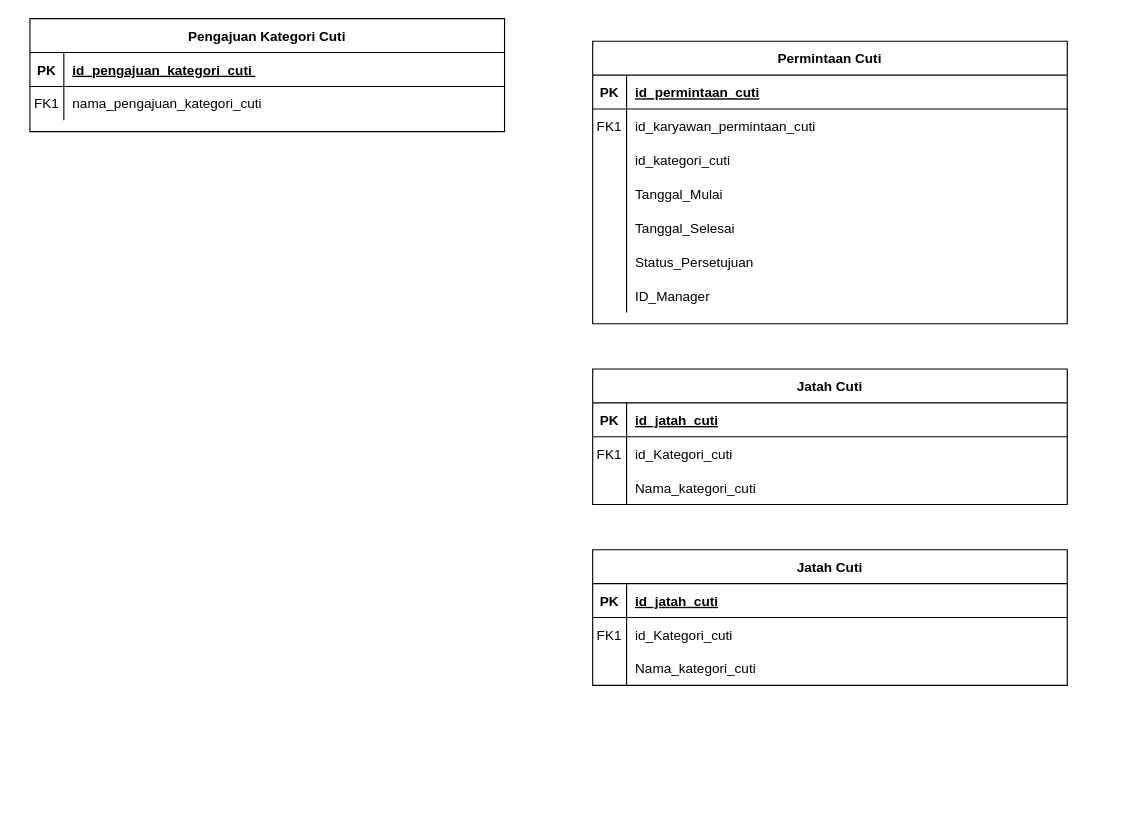
The draw.io diagram page "ijanujanjajan" (2 of 7) of ERD.drawio in santanamnaa/drawio, before the edit. Source tidied: cells renumbered, new cells numbered last; positions are measured from the earlier drawing's top-left corner, leaving out a move shared by most shapes. Both pictures are drawn from the tidied source at 113%, with x=0, y=0 at pixel (29, 18).
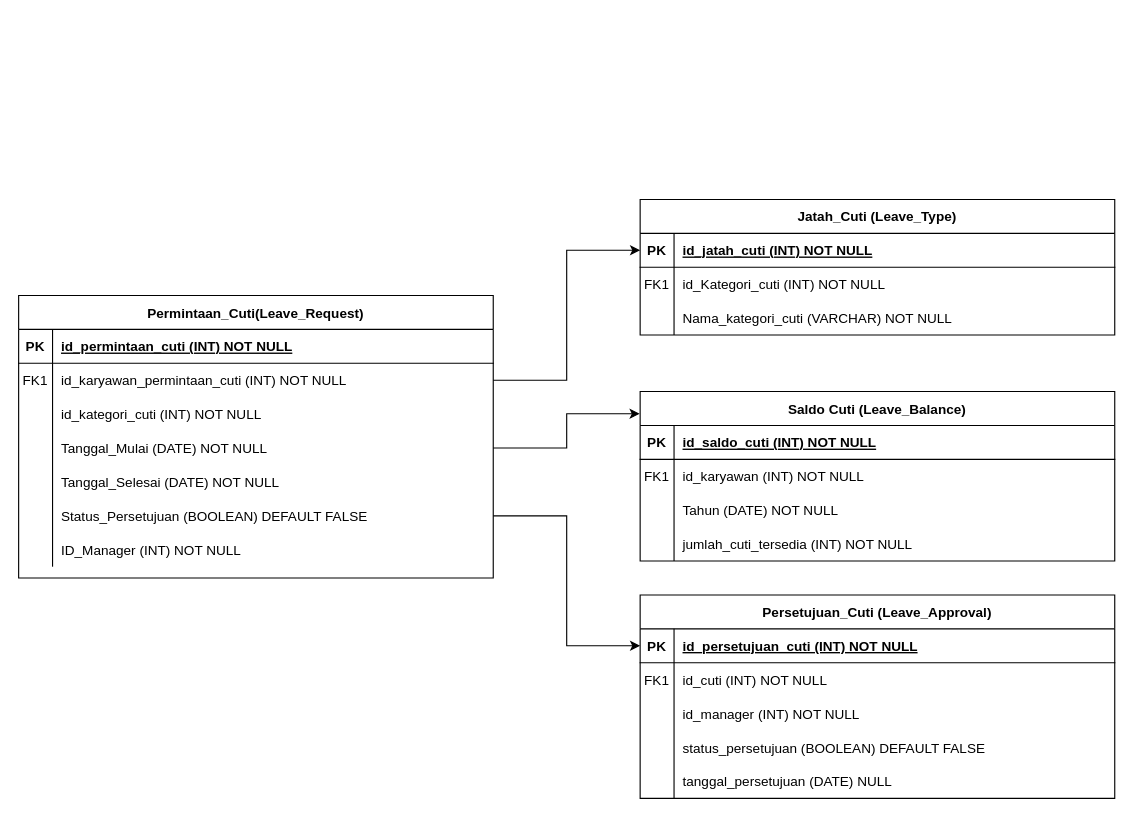
Above is the later version.

Unchanged cells that the change refers to:
```xml
<mxCell id="10" style="shape=partialRectangle;fillColor=none;top=0;left=0;right=0;bottom=1;" parent="9" vertex="1">
  <mxGeometry y="30" width="420" height="30" as="geometry" />
</mxCell>
<mxCell id="13" style="shape=partialRectangle;fillColor=none;points=[[0,0.5],[1,0.5]];portConstraint=eastwest;top=0;left=0;right=0;bottom=0;" parent="9" vertex="1">
  <mxGeometry y="60" width="420" height="30" as="geometry" />
</mxCell>
<mxCell id="16" style="shape=partialRectangle;fillColor=none;top=0;left=0;right=0;bottom=0;" parent="9" vertex="1">
  <mxGeometry y="90" width="420" height="30" as="geometry" />
</mxCell>
<mxCell id="19" style="shape=partialRectangle;fillColor=none;points=[[0,0.5],[1,0.5]];portConstraint=eastwest;top=0;left=0;right=0;bottom=0;" parent="9" vertex="1">
  <mxGeometry y="120" width="420" height="30" as="geometry" />
</mxCell>
<mxCell id="22" style="shape=partialRectangle;fillColor=none;top=0;left=0;right=0;bottom=0;" parent="9" vertex="1">
  <mxGeometry y="150" width="420" height="30" as="geometry" />
</mxCell>
<mxCell id="25" style="shape=partialRectangle;fillColor=none;points=[[0,0.5],[1,0.5]];portConstraint=eastwest;top=0;left=0;right=0;bottom=0;" parent="9" vertex="1">
  <mxGeometry y="180" width="420" height="30" as="geometry" />
</mxCell>
<mxCell id="28" style="shape=partialRectangle;fillColor=none;top=0;left=0;right=0;bottom=0;" parent="9" vertex="1">
  <mxGeometry y="210" width="420" height="30" as="geometry" />
</mxCell>
<mxCell id="32" style="shape=partialRectangle;fillColor=none;points=[[0,0.5],[1,0.5]];portConstraint=eastwest;top=0;left=0;right=0;bottom=1;" parent="31" vertex="1">
  <mxGeometry y="30" width="420" height="30" as="geometry" />
</mxCell>
<mxCell id="35" style="shape=partialRectangle;fillColor=none;top=0;left=0;right=0;bottom=0;" parent="31" vertex="1">
  <mxGeometry y="60" width="420" height="30" as="geometry" />
</mxCell>
<mxCell id="38" style="shape=partialRectangle;fillColor=none;top=0;left=0;right=0;bottom=0;" parent="31" vertex="1">
  <mxGeometry y="90" width="420" height="30" as="geometry" />
</mxCell>
<mxCell id="42" style="shape=partialRectangle;fillColor=none;top=0;left=0;right=0;bottom=1;" parent="41" vertex="1">
  <mxGeometry y="30" width="420" height="30" as="geometry" />
</mxCell>
<mxCell id="45" style="shape=partialRectangle;fillColor=none;top=0;left=0;right=0;bottom=0;" parent="41" vertex="1">
  <mxGeometry y="60" width="420" height="30" as="geometry" />
</mxCell>
<mxCell id="48" style="shape=partialRectangle;fillColor=none;top=0;left=0;right=0;bottom=0;" parent="41" vertex="1">
  <mxGeometry y="90" width="420" height="30" as="geometry" />
</mxCell>
```

Diff of the diagram source:
```diff
@@
-    <mxCell id="2" value="Pengajuan Kategori Cuti" style="shape=table;startSize=30;childLayout=tableLayout;rowLines=0;fontStyle=1;align=center;" parent="1" vertex="1">
-      <mxGeometry width="420" height="100" as="geometry" />
-    </mxCell>
-    <mxCell id="3" style="shape=partialRectangle;fillColor=none;points=[[0,0.5],[1,0.5]];portConstraint=eastwest;top=0;left=0;right=0;bottom=1;" parent="2" vertex="1">
-      <mxGeometry y="30" width="420" height="30" as="geometry" />
-    </mxCell>
-    <mxCell id="4" value="PK" style="shape=partialRectangle;overflow=hidden;fillColor=none;top=0;left=0;bottom=0;right=0;fontStyle=1;" parent="3" vertex="1">
-      <mxGeometry width="30" height="30" as="geometry" />
-    </mxCell>
-    <mxCell id="5" value="id_pengajuan_kategori_cuti " style="shape=partialRectangle;overflow=hidden;fillColor=none;top=0;left=0;bottom=0;right=0;align=left;spacingLeft=6;fontStyle=5;" parent="3" vertex="1">
-      <mxGeometry x="30" width="390" height="30" as="geometry" />
-    </mxCell>
-    <mxCell id="6" style="shape=partialRectangle;fillColor=none;top=0;left=0;right=0;bottom=0;" parent="2" vertex="1">
-      <mxGeometry y="60" width="420" height="30" as="geometry" />
-    </mxCell>
-    <mxCell id="7" value="FK1" style="shape=partialRectangle;overflow=hidden;fillColor=none;top=0;left=0;bottom=0;right=0;" parent="6" vertex="1">
-      <mxGeometry width="30" height="30" as="geometry" />
-    </mxCell>
-    <mxCell id="8" value="nama_pengajuan_kategori_cuti" style="shape=partialRectangle;overflow=hidden;fillColor=none;top=0;left=0;bottom=0;right=0;align=left;spacingLeft=6;" parent="6" vertex="1">
-      <mxGeometry x="30" width="390" height="30" as="geometry" />
-    </mxCell>
-    <mxCell id="9" value="Permintaan Cuti" style="shape=table;startSize=30;childLayout=tableLayout;rowLines=0;fontStyle=1;align=center;" parent="1" vertex="1">
-      <mxGeometry x="498" y="20" width="420" height="250" as="geometry" />
+    <mxCell id="9" value="Permintaan_Cuti(Leave_Request)" style="shape=table;startSize=30;childLayout=tableLayout;rowLines=0;fontStyle=1;align=center;" parent="1" vertex="1">
+      <mxGeometry x="-10" y="245" width="420" height="250" as="geometry" />
     </mxCell>
@@
-    <mxCell id="12" value="id_permintaan_cuti" style="shape=partialRectangle;overflow=hidden;fillColor=none;top=0;left=0;bottom=0;right=0;align=left;spacingLeft=6;fontStyle=5;" parent="10" vertex="1">
+    <mxCell id="12" value="id_permintaan_cuti (INT) NOT NULL" style="shape=partialRectangle;overflow=hidden;fillColor=none;top=0;left=0;bottom=0;right=0;align=left;spacingLeft=6;fontStyle=5;" parent="10" vertex="1">
       <mxGeometry x="30" width="390" height="30" as="geometry" />
     </mxCell>
@@
-    <mxCell id="15" value="id_karyawan_permintaan_cuti" style="shape=partialRectangle;overflow=hidden;fillColor=none;top=0;left=0;bottom=0;right=0;align=left;spacingLeft=6;" parent="13" vertex="1">
+    <mxCell id="15" value="id_karyawan_permintaan_cuti (INT) NOT NULL" style="shape=partialRectangle;overflow=hidden;fillColor=none;top=0;left=0;bottom=0;right=0;align=left;spacingLeft=6;" parent="13" vertex="1">
       <mxGeometry x="30" width="390" height="30" as="geometry" />
     </mxCell>
@@
-    <mxCell id="18" value="id_kategori_cuti" style="shape=partialRectangle;overflow=hidden;fillColor=none;top=0;left=0;bottom=0;right=0;align=left;spacingLeft=6;" parent="16" vertex="1">
+    <mxCell id="18" value="id_kategori_cuti (INT) NOT NULL" style="shape=partialRectangle;overflow=hidden;fillColor=none;top=0;left=0;bottom=0;right=0;align=left;spacingLeft=6;" parent="16" vertex="1">
       <mxGeometry x="30" width="390" height="30" as="geometry" />
     </mxCell>
@@
-    <mxCell id="21" value="Tanggal_Mulai" style="shape=partialRectangle;overflow=hidden;fillColor=none;top=0;left=0;bottom=0;right=0;align=left;spacingLeft=6;" parent="19" vertex="1">
+    <mxCell id="21" value="Tanggal_Mulai (DATE) NOT NULL" style="shape=partialRectangle;overflow=hidden;fillColor=none;top=0;left=0;bottom=0;right=0;align=left;spacingLeft=6;" parent="19" vertex="1">
       <mxGeometry x="30" width="390" height="30" as="geometry" />
     </mxCell>
@@
-    <mxCell id="24" value="Tanggal_Selesai" style="shape=partialRectangle;overflow=hidden;fillColor=none;top=0;left=0;bottom=0;right=0;align=left;spacingLeft=6;" parent="22" vertex="1">
+    <mxCell id="24" value="Tanggal_Selesai (DATE) NOT NULL" style="shape=partialRectangle;overflow=hidden;fillColor=none;top=0;left=0;bottom=0;right=0;align=left;spacingLeft=6;" parent="22" vertex="1">
       <mxGeometry x="30" width="390" height="30" as="geometry" />
     </mxCell>
@@
-    <mxCell id="27" value="Status_Persetujuan" style="shape=partialRectangle;overflow=hidden;fillColor=none;top=0;left=0;bottom=0;right=0;align=left;spacingLeft=6;" parent="25" vertex="1">
+    <mxCell id="27" value="Status_Persetujuan (BOOLEAN) DEFAULT FALSE" style="shape=partialRectangle;overflow=hidden;fillColor=none;top=0;left=0;bottom=0;right=0;align=left;spacingLeft=6;" parent="25" vertex="1">
       <mxGeometry x="30" width="390" height="30" as="geometry" />
     </mxCell>
@@
-    <mxCell id="30" value="ID_Manager" style="shape=partialRectangle;overflow=hidden;fillColor=none;top=0;left=0;bottom=0;right=0;align=left;spacingLeft=6;" parent="28" vertex="1">
+    <mxCell id="30" value="ID_Manager (INT) NOT NULL" style="shape=partialRectangle;overflow=hidden;fillColor=none;top=0;left=0;bottom=0;right=0;align=left;spacingLeft=6;" parent="28" vertex="1">
       <mxGeometry x="30" width="390" height="30" as="geometry" />
     </mxCell>
-    <mxCell id="31" value="Jatah Cuti" style="shape=table;startSize=30;childLayout=tableLayout;rowLines=0;fontStyle=1;align=center;" parent="1" vertex="1">
-      <mxGeometry x="498" y="310" width="420" height="120" as="geometry" />
+    <mxCell id="31" value="Jatah_Cuti (Leave_Type)" style="shape=table;startSize=30;childLayout=tableLayout;rowLines=0;fontStyle=1;align=center;" parent="1" vertex="1">
+      <mxGeometry x="540" y="160" width="420" height="120" as="geometry" />
     </mxCell>
@@
-    <mxCell id="34" value="id_jatah_cuti" style="shape=partialRectangle;overflow=hidden;fillColor=none;top=0;left=0;bottom=0;right=0;align=left;spacingLeft=6;fontStyle=5;" parent="32" vertex="1">
+    <mxCell id="34" value="id_jatah_cuti (INT) NOT NULL" style="shape=partialRectangle;overflow=hidden;fillColor=none;top=0;left=0;bottom=0;right=0;align=left;spacingLeft=6;fontStyle=5;" parent="32" vertex="1">
       <mxGeometry x="30" width="390" height="30" as="geometry" />
     </mxCell>
@@
-    <mxCell id="37" value="id_Kategori_cuti" style="shape=partialRectangle;overflow=hidden;fillColor=none;top=0;left=0;bottom=0;right=0;align=left;spacingLeft=6;" parent="35" vertex="1">
+    <mxCell id="37" value="id_Kategori_cuti (INT) NOT NULL" style="shape=partialRectangle;overflow=hidden;fillColor=none;top=0;left=0;bottom=0;right=0;align=left;spacingLeft=6;" parent="35" vertex="1">
       <mxGeometry x="30" width="390" height="30" as="geometry" />
     </mxCell>
@@
-    <mxCell id="40" value="Nama_kategori_cuti" style="shape=partialRectangle;overflow=hidden;fillColor=none;top=0;left=0;bottom=0;right=0;align=left;spacingLeft=6;" parent="38" vertex="1">
+    <mxCell id="40" value="Nama_kategori_cuti (VARCHAR) NOT NULL" style="shape=partialRectangle;overflow=hidden;fillColor=none;top=0;left=0;bottom=0;right=0;align=left;spacingLeft=6;" parent="38" vertex="1">
       <mxGeometry x="30" width="390" height="30" as="geometry" />
     </mxCell>
-    <mxCell id="41" value="Jatah Cuti" style="shape=table;startSize=30;childLayout=tableLayout;rowLines=0;fontStyle=1;align=center;" parent="1" vertex="1">
-      <mxGeometry x="498" y="470" width="420" height="120" as="geometry" />
+    <mxCell id="41" value="Saldo Cuti (Leave_Balance)" style="shape=table;startSize=30;childLayout=tableLayout;rowLines=0;fontStyle=1;align=center;" parent="1" vertex="1">
+      <mxGeometry x="540" y="330" width="420" height="150" as="geometry" />
     </mxCell>
@@
-    <mxCell id="44" value="id_jatah_cuti" style="shape=partialRectangle;overflow=hidden;fillColor=none;top=0;left=0;bottom=0;right=0;align=left;spacingLeft=6;fontStyle=5;" parent="42" vertex="1">
+    <mxCell id="44" value="id_saldo_cuti (INT) NOT NULL" style="shape=partialRectangle;overflow=hidden;fillColor=none;top=0;left=0;bottom=0;right=0;align=left;spacingLeft=6;fontStyle=5;" parent="42" vertex="1">
       <mxGeometry x="30" width="390" height="30" as="geometry" />
     </mxCell>
@@
-    <mxCell id="47" value="id_Kategori_cuti" style="shape=partialRectangle;overflow=hidden;fillColor=none;top=0;left=0;bottom=0;right=0;align=left;spacingLeft=6;" parent="45" vertex="1">
+    <mxCell id="47" value="id_karyawan (INT) NOT NULL" style="shape=partialRectangle;overflow=hidden;fillColor=none;top=0;left=0;bottom=0;right=0;align=left;spacingLeft=6;" parent="45" vertex="1">
       <mxGeometry x="30" width="390" height="30" as="geometry" />
     </mxCell>
@@
-    <mxCell id="50" value="Nama_kategori_cuti" style="shape=partialRectangle;overflow=hidden;fillColor=none;top=0;left=0;bottom=0;right=0;align=left;spacingLeft=6;" parent="48" vertex="1">
+    <mxCell id="50" value="Tahun (DATE) NOT NULL" style="shape=partialRectangle;overflow=hidden;fillColor=none;top=0;left=0;bottom=0;right=0;align=left;spacingLeft=6;" parent="48" vertex="1">
       <mxGeometry x="30" width="390" height="30" as="geometry" />
     </mxCell>
+    <mxCell id="51" style="shape=partialRectangle;fillColor=none;top=0;left=0;right=0;bottom=0;" parent="41" vertex="1">
+      <mxGeometry y="120" width="420" height="30" as="geometry" />
+    </mxCell>
+    <mxCell id="52" style="shape=partialRectangle;overflow=hidden;fillColor=none;top=0;left=0;bottom=0;right=0;" parent="51" vertex="1">
+      <mxGeometry width="30" height="30" as="geometry" />
+    </mxCell>
+    <mxCell id="53" value="jumlah_cuti_tersedia (INT) NOT NULL" style="shape=partialRectangle;overflow=hidden;fillColor=none;top=0;left=0;bottom=0;right=0;align=left;spacingLeft=6;" parent="51" vertex="1">
+      <mxGeometry x="30" width="390" height="30" as="geometry" />
+    </mxCell>
+    <mxCell id="54" value="Persetujuan_Cuti (Leave_Approval)" style="shape=table;startSize=30;childLayout=tableLayout;rowLines=0;fontStyle=1;align=center;" parent="1" vertex="1">
+      <mxGeometry x="540" y="510" width="420" height="180" as="geometry" />
+    </mxCell>
+    <mxCell id="3" style="shape=partialRectangle;fillColor=none;points=[[0,0.5],[1,0.5]];portConstraint=eastwest;top=0;left=0;right=0;bottom=1;" parent="54" vertex="1">
+      <mxGeometry y="30" width="420" height="30" as="geometry" />
+    </mxCell>
+    <mxCell id="4" value="PK" style="shape=partialRectangle;overflow=hidden;fillColor=none;top=0;left=0;bottom=0;right=0;fontStyle=1;" parent="3" vertex="1">
+      <mxGeometry width="30" height="30" as="geometry" />
+    </mxCell>
+    <mxCell id="55" value="id_persetujuan_cuti (INT) NOT NULL" style="shape=partialRectangle;overflow=hidden;fillColor=none;top=0;left=0;bottom=0;right=0;align=left;spacingLeft=6;fontStyle=5;" parent="3" vertex="1">
+      <mxGeometry x="30" width="390" height="30" as="geometry" />
+    </mxCell>
+    <mxCell id="6" style="shape=partialRectangle;fillColor=none;top=0;left=0;right=0;bottom=0;" parent="54" vertex="1">
+      <mxGeometry y="60" width="420" height="30" as="geometry" />
+    </mxCell>
+    <mxCell id="7" value="FK1" style="shape=partialRectangle;overflow=hidden;fillColor=none;top=0;left=0;bottom=0;right=0;" parent="6" vertex="1">
+      <mxGeometry width="30" height="30" as="geometry" />
+    </mxCell>
+    <mxCell id="56" value="id_cuti (INT) NOT NULL" style="shape=partialRectangle;overflow=hidden;fillColor=none;top=0;left=0;bottom=0;right=0;align=left;spacingLeft=6;" parent="6" vertex="1">
+      <mxGeometry x="30" width="390" height="30" as="geometry" />
+    </mxCell>
+    <mxCell id="57" style="shape=partialRectangle;fillColor=none;top=0;left=0;right=0;bottom=0;" parent="54" vertex="1">
+      <mxGeometry y="90" width="420" height="30" as="geometry" />
+    </mxCell>
+    <mxCell id="58" style="shape=partialRectangle;overflow=hidden;fillColor=none;top=0;left=0;bottom=0;right=0;" parent="57" vertex="1">
+      <mxGeometry width="30" height="30" as="geometry" />
+    </mxCell>
+    <mxCell id="59" value="id_manager (INT) NOT NULL" style="shape=partialRectangle;overflow=hidden;fillColor=none;top=0;left=0;bottom=0;right=0;align=left;spacingLeft=6;" parent="57" vertex="1">
+      <mxGeometry x="30" width="390" height="30" as="geometry" />
+    </mxCell>
+    <mxCell id="60" style="shape=partialRectangle;fillColor=none;top=0;left=0;right=0;bottom=0;" parent="54" vertex="1">
+      <mxGeometry y="120" width="420" height="30" as="geometry" />
+    </mxCell>
+    <mxCell id="61" style="shape=partialRectangle;overflow=hidden;fillColor=none;top=0;left=0;bottom=0;right=0;" parent="60" vertex="1">
+      <mxGeometry width="30" height="30" as="geometry" />
+    </mxCell>
+    <mxCell id="62" value="status_persetujuan (BOOLEAN) DEFAULT FALSE" style="shape=partialRectangle;overflow=hidden;fillColor=none;top=0;left=0;bottom=0;right=0;align=left;spacingLeft=6;" parent="60" vertex="1">
+      <mxGeometry x="30" width="390" height="30" as="geometry" />
+    </mxCell>
+    <mxCell id="63" style="shape=partialRectangle;fillColor=none;top=0;left=0;right=0;bottom=0;" parent="54" vertex="1">
+      <mxGeometry y="150" width="420" height="30" as="geometry" />
+    </mxCell>
+    <mxCell id="64" style="shape=partialRectangle;overflow=hidden;fillColor=none;top=0;left=0;bottom=0;right=0;" parent="63" vertex="1">
+      <mxGeometry width="30" height="30" as="geometry" />
+    </mxCell>
+    <mxCell id="65" value="tanggal_persetujuan (DATE) NULL" style="shape=partialRectangle;overflow=hidden;fillColor=none;top=0;left=0;bottom=0;right=0;align=left;spacingLeft=6;" parent="63" vertex="1">
+      <mxGeometry x="30" width="390" height="30" as="geometry" />
+    </mxCell>
+    <mxCell id="66" style="edgeStyle=orthogonalEdgeStyle;rounded=0;jettySize=auto;html=1;exitX=1;exitY=0.5;exitDx=0;exitDy=0;entryX=-0.001;entryY=0.131;entryDx=0;entryDy=0;entryPerimeter=0;" parent="1" edge="1" source="19" target="41">
+      <mxGeometry relative="1" as="geometry" />
+    </mxCell>
+    <mxCell id="67" style="edgeStyle=orthogonalEdgeStyle;rounded=0;jettySize=auto;html=1;exitX=1;exitY=0.5;exitDx=0;exitDy=0;" parent="1" edge="1" source="13" target="32">
+      <mxGeometry relative="1" as="geometry" />
+    </mxCell>
+    <mxCell id="68" style="edgeStyle=orthogonalEdgeStyle;rounded=0;jettySize=auto;html=1;exitX=1;exitY=0.5;exitDx=0;exitDy=0;" parent="1" edge="1" source="25" target="3">
+      <mxGeometry relative="1" as="geometry" />
+    </mxCell>
```
